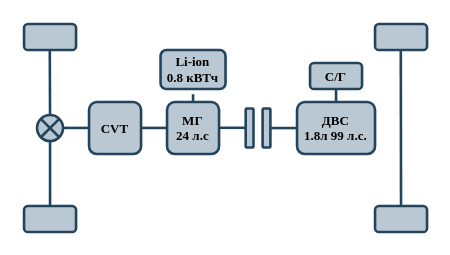
This is МояСхема.drawio from IbrahimDzheby/Diplom, a draw.io file, before an edit. Source tidied: cells renumbered, new cells numbered last; positions are measured from the earlier drawing's top-left corner, leaving out a move shared by most shapes. Both pictures are drawn from the tidied source at 130%, with x=0, y=0 at pixel (23, 23).
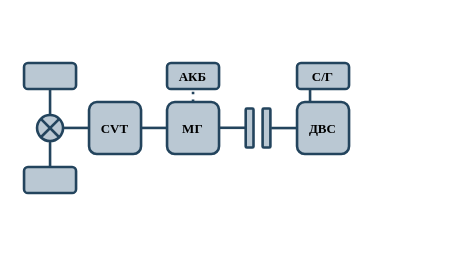
The same page after the edit.

Unchanged cells that the change refers to:
```xml
<mxCell id="2" style="rounded=1;whiteSpace=wrap;html=1;strokeColor=#23445d;fillColor=#bac8d3;strokeWidth=2;fontStyle=1;fontSize=10;align=right;fontFamily=Times New Roman;" parent="1" vertex="1">
  <mxGeometry x="110" y="60" width="40" height="40" as="geometry" />
</mxCell>
<mxCell id="13" style="ellipse;whiteSpace=wrap;html=1;fillColor=#bac8d3;strokeColor=#23445d;strokeWidth=2;fontFamily=Times New Roman;fontSize=10;" parent="1" vertex="1">
  <mxGeometry x="10" y="70" width="20" height="20" as="geometry" />
</mxCell>
```

What changed in the source:
```diff
@@
-    <mxCell id="3" value="&lt;font&gt;ДВС&lt;/font&gt;&lt;div&gt;1.8л 99 л.с.&lt;/div&gt;" style="rounded=1;whiteSpace=wrap;html=1;strokeColor=#23445d;fillColor=#bac8d3;strokeWidth=2;fontStyle=1;fontSize=10;fontFamily=Times New Roman;" parent="1" vertex="1">
-      <mxGeometry x="210" y="60" width="60" height="40" as="geometry" />
+    <mxCell id="3" value="&lt;font&gt;ДВС&lt;/font&gt;" style="rounded=1;whiteSpace=wrap;html=1;strokeColor=#23445d;fillColor=#bac8d3;strokeWidth=2;fontStyle=1;fontSize=10;fontFamily=Times New Roman;" parent="1" vertex="1">
+      <mxGeometry x="210" y="60" width="40" height="40" as="geometry" />
     </mxCell>
-    <mxCell id="4" style="rounded=1;whiteSpace=wrap;html=1;strokeColor=#23445d;fillColor=#bac8d3;strokeWidth=2;fontStyle=1;fontSize=8;" parent="1" vertex="1">
-      <mxGeometry x="270" width="40" height="20" as="geometry" />
-    </mxCell>
-    <mxCell id="5" style="rounded=1;whiteSpace=wrap;html=1;strokeColor=#23445d;fillColor=#bac8d3;strokeWidth=2;fontStyle=1;fontSize=8;" parent="1" vertex="1">
-      <mxGeometry x="270" y="140" width="40" height="20" as="geometry" />
-    </mxCell>
-    <mxCell id="6" style="endArrow=none;html=1;rounded=0;strokeWidth=2;fillColor=#bac8d3;strokeColor=#23445d;exitX=0.5;exitY=1;exitDx=0;exitDy=0;entryX=0.5;entryY=0;entryDx=0;entryDy=0;" parent="1" edge="1" target="5">
-      <mxGeometry relative="1" as="geometry">
-        <mxPoint x="289.8" y="20" as="sourcePoint" />
-      </mxGeometry>
-    </mxCell>
@@
-    <mxCell id="12" value="&lt;font&gt;Li-ion&lt;/font&gt;&lt;div&gt;0.8 кВТч&lt;/div&gt;" style="rounded=1;whiteSpace=wrap;html=1;strokeColor=#23445d;fillColor=#bac8d3;strokeWidth=2;fontStyle=1;fontSize=10;fontFamily=Times New Roman;" parent="1" vertex="1">
-      <mxGeometry x="105" y="20" width="50" height="30" as="geometry" />
+    <mxCell id="12" value="АКБ" style="rounded=1;whiteSpace=wrap;html=1;strokeColor=#23445d;fillColor=#bac8d3;strokeWidth=2;fontStyle=1;fontSize=10;fontFamily=Times New Roman;" parent="1" vertex="1">
+      <mxGeometry x="110" y="30" width="40" height="20" as="geometry" />
     </mxCell>
@@
     <mxCell id="16" style="rounded=1;whiteSpace=wrap;html=1;strokeColor=#23445d;fillColor=#bac8d3;strokeWidth=2;fontStyle=1;fontSize=10;fontFamily=Times New Roman;" parent="1" vertex="1">
-      <mxGeometry width="40" height="20" as="geometry" />
+      <mxGeometry y="30" width="40" height="20" as="geometry" />
     </mxCell>
     <mxCell id="17" style="rounded=1;whiteSpace=wrap;html=1;strokeColor=#23445d;fillColor=#bac8d3;strokeWidth=2;fontStyle=1;fontSize=10;fontFamily=Times New Roman;" parent="1" vertex="1">
-      <mxGeometry y="140" width="40" height="20" as="geometry" />
+      <mxGeometry y="110" width="40" height="20" as="geometry" />
     </mxCell>
@@
-    <mxCell id="19" style="endArrow=none;html=1;rounded=0;strokeWidth=2;fillColor=#bac8d3;strokeColor=#23445d;entryX=0.5;entryY=0;entryDx=0;entryDy=0;exitX=0.5;exitY=1;exitDx=0;exitDy=0;fontFamily=Times New Roman;fontSize=10;" parent="1" edge="1" target="13">
+    <mxCell id="19" style="endArrow=none;html=1;rounded=0;strokeWidth=2;fillColor=#bac8d3;strokeColor=#23445d;entryX=0.5;entryY=0;entryDx=0;entryDy=0;fontFamily=Times New Roman;fontSize=10;" parent="1" edge="1" target="13">
       <mxGeometry relative="1" as="geometry">
-        <mxPoint x="19.8" y="20" as="sourcePoint" />
+        <mxPoint x="20" y="50" as="sourcePoint" />
       </mxGeometry>
     </mxCell>
-    <mxCell id="20" value="&lt;div&gt;МГ&lt;/div&gt;&lt;span&gt;24 л.с&lt;/span&gt;" style="text;html=1;whiteSpace=wrap;strokeColor=none;fillColor=none;align=center;verticalAlign=middle;rounded=0;fontStyle=1;fontFamily=Times New Roman;fontSize=10;" parent="1" vertex="1">
+    <mxCell id="20" value="&lt;div&gt;МГ&lt;/div&gt;" style="text;html=1;whiteSpace=wrap;strokeColor=none;fillColor=none;align=center;verticalAlign=middle;rounded=0;fontStyle=1;fontFamily=Times New Roman;fontSize=10;" parent="1" vertex="1">
       <mxGeometry x="110" y="65" width="40" height="30" as="geometry" />
     </mxCell>
-    <mxCell id="21" style="endArrow=none;html=1;rounded=0;fillColor=#bac8d3;strokeColor=#23445d;strokeWidth=2;entryX=0.5;entryY=1;entryDx=0;entryDy=0;dashed=1;exitX=0.5;exitY=0;exitDx=0;exitDy=0;fontFamily=Times New Roman;fontSize=10;" parent="1" edge="1" source="2" target="12">
+    <mxCell id="21" style="endArrow=none;html=1;rounded=0;fillColor=#bac8d3;strokeColor=#23445d;strokeWidth=2;entryX=0.5;entryY=1;entryDx=0;entryDy=0;dashed=1;exitX=0.5;exitY=0;exitDx=0;exitDy=0;fontFamily=Times New Roman;fontSize=10;dashPattern=1 2;" parent="1" edge="1" source="2" target="12">
       <mxGeometry relative="1" as="geometry" />
     </mxCell>
@@
     <mxCell id="26" value="&lt;span&gt;С/Г&lt;/span&gt;" style="rounded=1;whiteSpace=wrap;html=1;strokeColor=#23445d;fillColor=#bac8d3;strokeWidth=2;fontStyle=1;fontSize=10;fontFamily=Times New Roman;" parent="1" vertex="1">
-      <mxGeometry x="220" y="30" width="40" height="20" as="geometry" />
+      <mxGeometry x="210" y="30" width="40" height="20" as="geometry" />
     </mxCell>
-    <mxCell id="27" style="endArrow=none;html=1;rounded=0;strokeWidth=2;fillColor=#bac8d3;strokeColor=#23445d;entryX=0.5;entryY=1;entryDx=0;entryDy=0;fontFamily=Times New Roman;fontSize=10;exitX=0.5;exitY=0;exitDx=0;exitDy=0;" parent="1" edge="1" source="3" target="26">
-      <mxGeometry relative="1" as="geometry" />
-    </mxCell>
+    <mxCell id="28" style="endArrow=none;html=1;rounded=0;strokeWidth=2;fillColor=#bac8d3;strokeColor=#23445d;entryX=0.5;entryY=1;entryDx=0;entryDy=0;fontFamily=Times New Roman;fontSize=10;exitX=0.5;exitY=0;exitDx=0;exitDy=0;" parent="1" edge="1">
+      <mxGeometry relative="1" as="geometry">
+        <mxPoint x="220" y="60" as="sourcePoint" />
+        <mxPoint x="220" y="50" as="targetPoint" />
+      </mxGeometry>
+    </mxCell>
```
